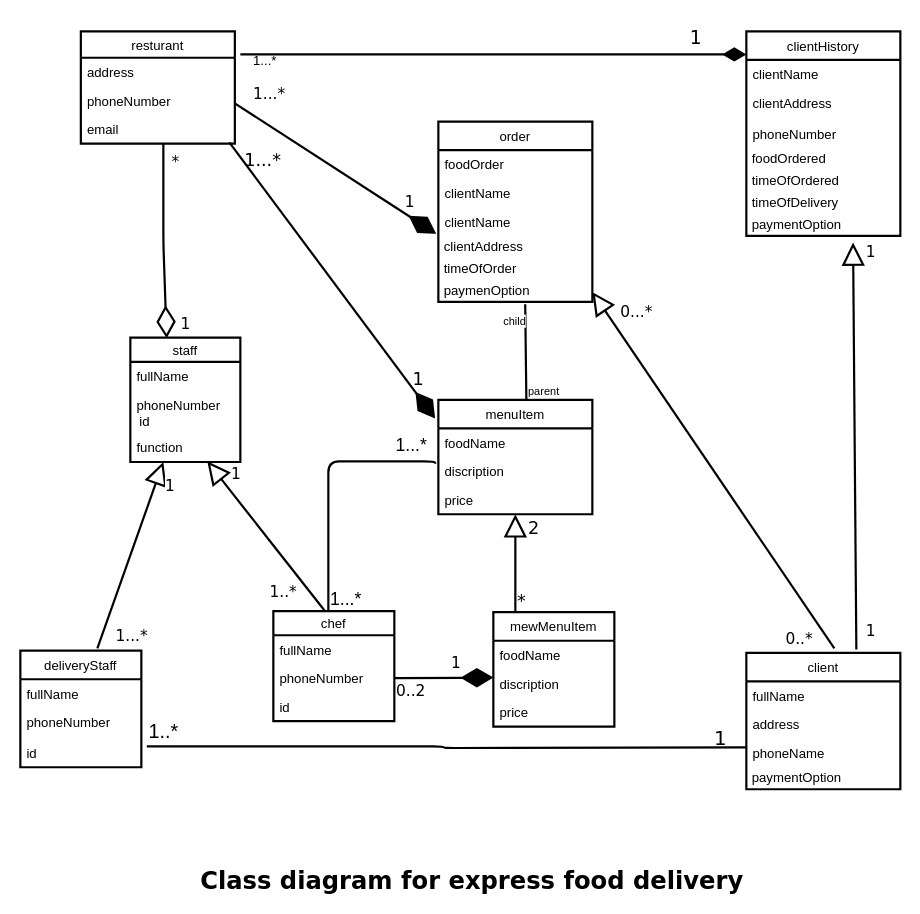
Above: Class Diagram For Express food delivery resturant.drawio in wallaceNdi/OC-PRO (draw.io), before the change. Source tidied: cells renumbered, new cells numbered last; positions are measured from the earlier drawing's top-left corner, leaving out a move shared by most shapes. Both pictures are drawn from the tidied source at 110%, with x=0, y=0 at pixel (20, 19).
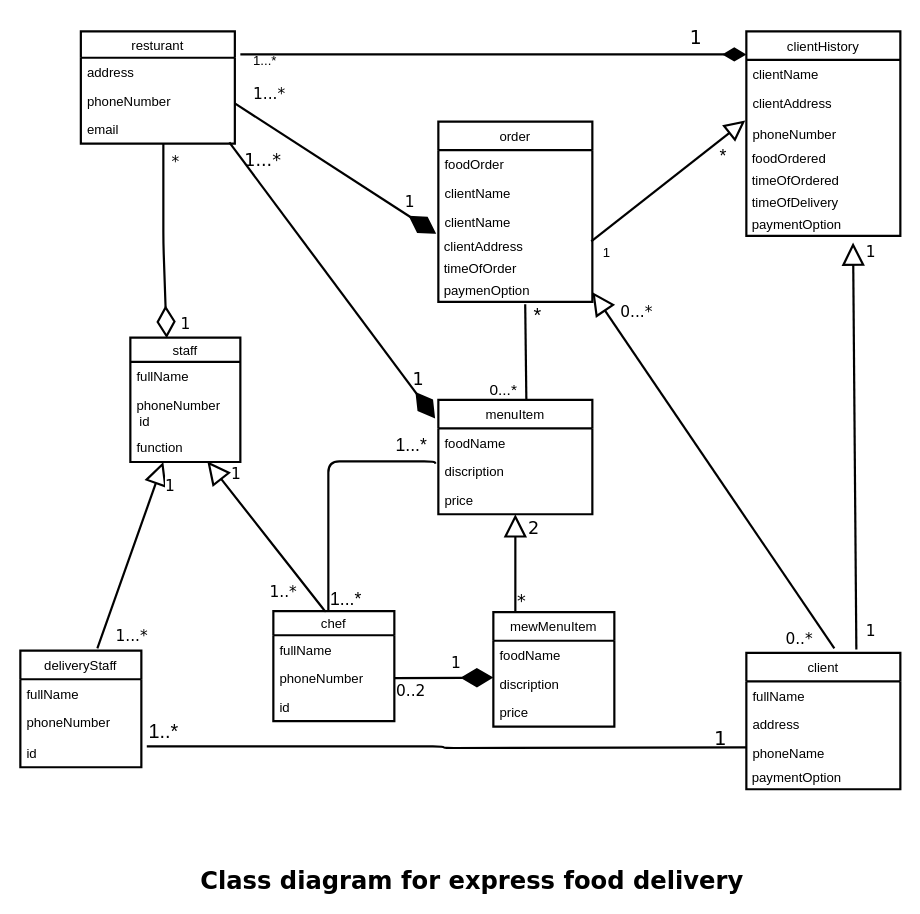
The same diagram, later.

Unchanged cells that the change refers to:
```xml
<mxCell id="54" style="endArrow=none;html=1;edgeStyle=orthogonalEdgeStyle;strokeWidth=2;entryX=0.564;entryY=1.1;entryDx=0;entryDy=0;entryPerimeter=0;" parent="1" edge="1" target="38">
  <mxGeometry relative="1" as="geometry">
    <mxPoint x="460" y="346" as="sourcePoint" />
    <Array as="points">
      <mxPoint x="460" y="259" />
    </Array>
  </mxGeometry>
</mxCell>
```

Change to the diagram source:
```diff
@@
-    <mxCell id="55" value="parent" style="html=1;align=left;verticalAlign=bottom;labelBackgroundColor=#ffffff;fontSize=10;" parent="54" vertex="1">
+    <mxCell id="55" style="html=1;align=left;verticalAlign=bottom;labelBackgroundColor=#ffffff;fontSize=10;" parent="54" vertex="1">
       <mxGeometry x="-1" relative="1" as="geometry" />
     </mxCell>
-    <mxCell id="56" value="child" style="html=1;align=right;verticalAlign=bottom;labelBackgroundColor=#ffffff;fontSize=10;" parent="54" vertex="1">
-      <mxGeometry x="1" relative="1" as="geometry">
-        <mxPoint x="1" y="23" as="offset" />
-      </mxGeometry>
-    </mxCell>
@@
+    <mxCell id="88" value="&lt;font style=&quot;font-size: 18px&quot;&gt;*&lt;/font&gt;" style="text;html=1;align=left;verticalAlign=top;spacingTop=-4;" parent="1" vertex="1">
+      <mxGeometry x="465" y="257" width="20" height="20" as="geometry" />
+    </mxCell>
+    <mxCell id="89" value="&lt;font style=&quot;font-size: 14px&quot;&gt;0...*&lt;/font&gt;" style="text;html=1;align=left;verticalAlign=top;spacingTop=-4;" parent="1" vertex="1">
+      <mxGeometry x="425" y="326" width="40" height="20" as="geometry" />
+    </mxCell>
+    <mxCell id="90" style="endArrow=block;endSize=14;endFill=0;html=1;startSize=14;jumpSize=15;targetPerimeterSpacing=0;strokeWidth=2;" parent="1" edge="1">
+      <mxGeometry relative="1" as="geometry">
+        <mxPoint x="519" y="202" as="sourcePoint" />
+        <mxPoint x="659" y="92" as="targetPoint" />
+      </mxGeometry>
+    </mxCell>
+    <mxCell id="91" value="&lt;font style=&quot;font-size: 16px&quot;&gt;*&lt;/font&gt;" style="text;html=1;align=left;verticalAlign=top;spacingTop=-4;" parent="1" vertex="1">
+      <mxGeometry x="634" y="112" width="20" height="20" as="geometry" />
+    </mxCell>
+    <mxCell id="92" value="1" style="text;html=1;align=left;verticalAlign=top;spacingTop=-4;" parent="1" vertex="1">
+      <mxGeometry x="528" y="203" width="20" height="20" as="geometry" />
+    </mxCell>
```
